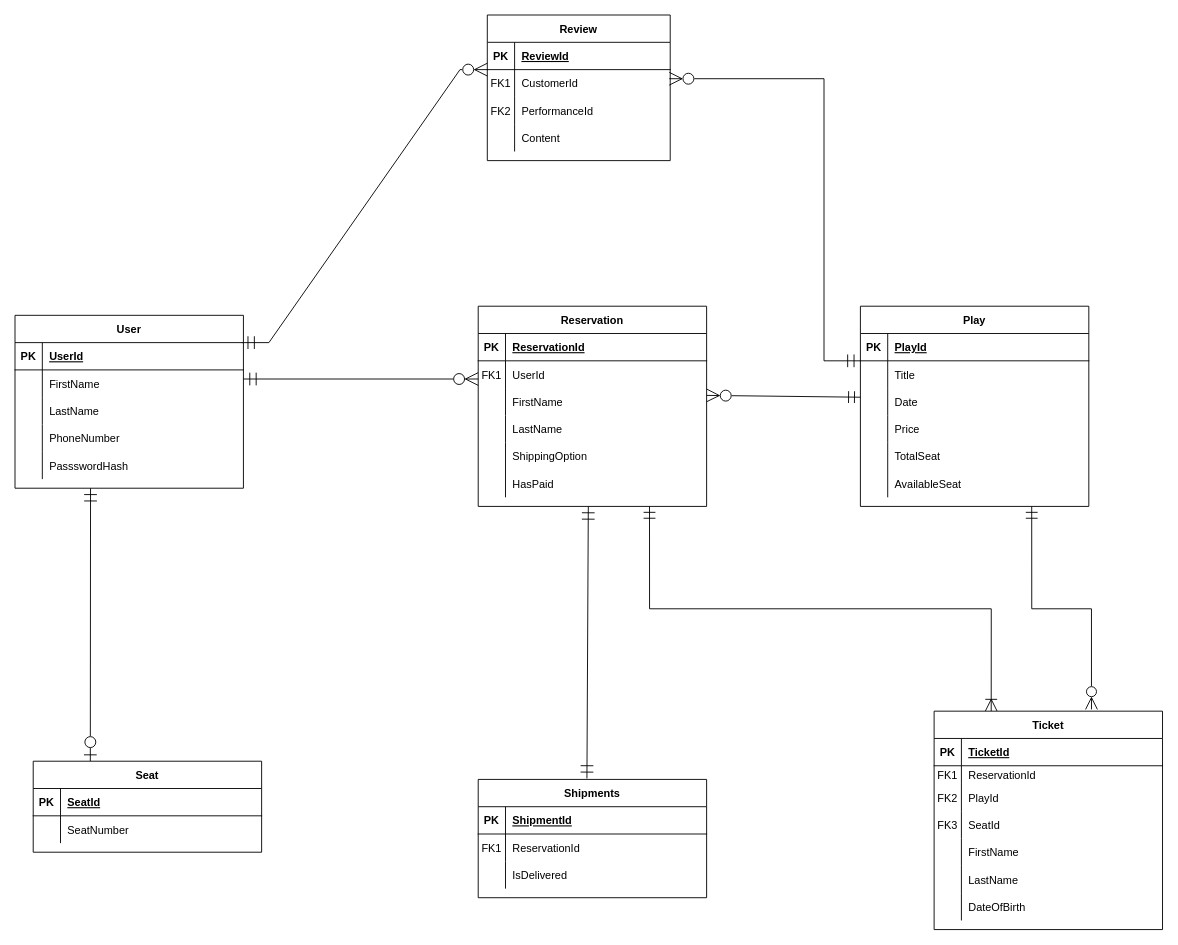
This is Untitled Diagram.drawio from jefsamo/gct-ticketing-system, a draw.io file, before an edit. Source tidied: cells renumbered, new cells numbered last; positions are measured from the earlier drawing's top-left corner, leaving out a move shared by most shapes. Both pictures are drawn from the tidied source at 91%, with x=0, y=0 at pixel (15, 15).
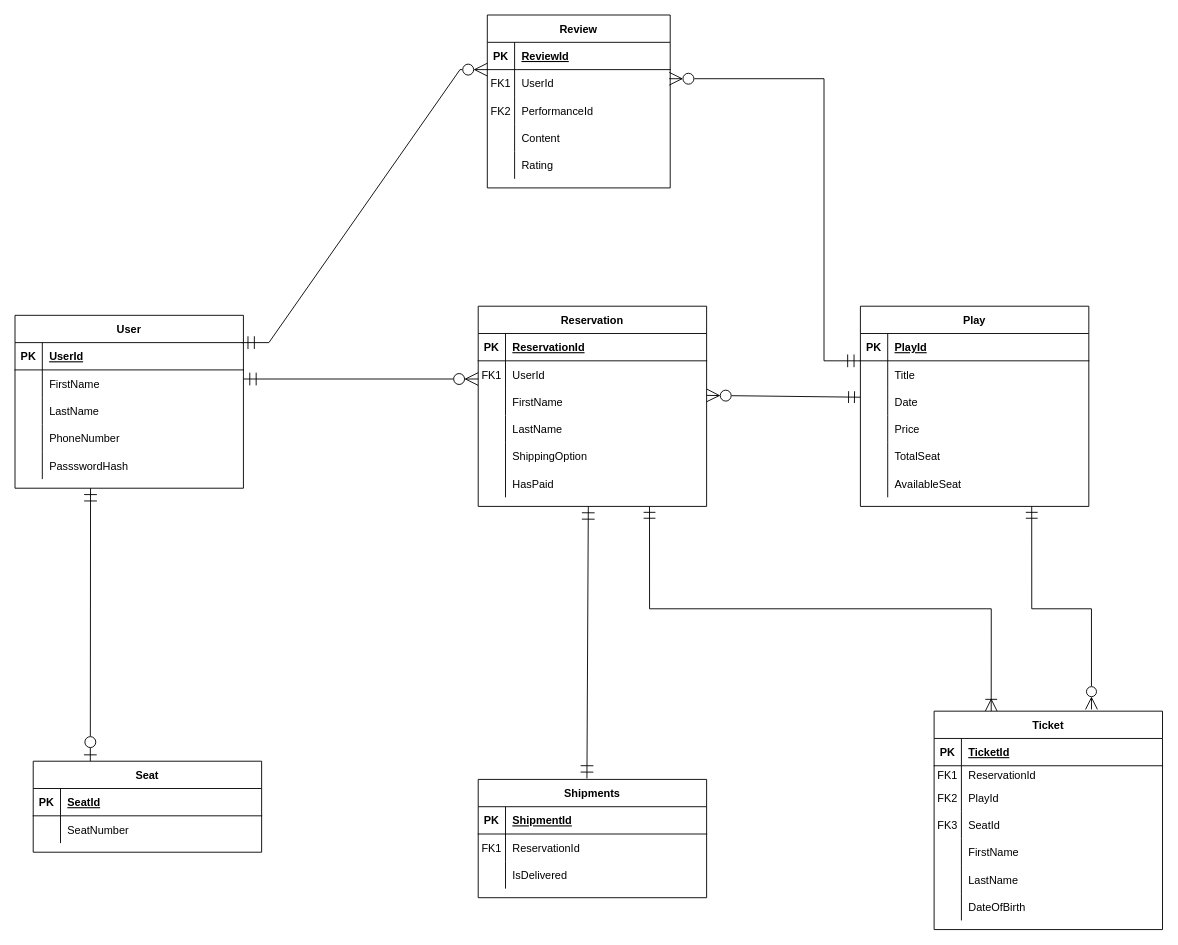
Above is the later version.

Commit message:
update review entity

Unchanged cells that the change refers to:
```xml
<mxCell id="62" style="shape=partialRectangle;fillColor=none;top=0;left=0;right=0;bottom=0;" parent="58" vertex="1">
  <mxGeometry y="60" width="201" height="30" as="geometry" />
</mxCell>
```

The edit, as a diff of the source:
```diff
@@
     <mxCell id="58" value="Review" style="shape=table;startSize=30;childLayout=tableLayout;rowLines=0;fontStyle=1;align=center;" parent="1" vertex="1">
-      <mxGeometry x="519" width="201" height="160" as="geometry" />
+      <mxGeometry x="519" width="201" height="190" as="geometry" />
     </mxCell>
@@
-    <mxCell id="64" value="CustomerId" style="shape=partialRectangle;overflow=hidden;fillColor=none;top=0;left=0;bottom=0;right=0;align=left;spacingLeft=6;" parent="62" vertex="1">
+    <mxCell id="64" value="UserId" style="shape=partialRectangle;overflow=hidden;fillColor=none;top=0;left=0;bottom=0;right=0;align=left;spacingLeft=6;" parent="62" vertex="1">
       <mxGeometry x="30" width="171" height="30" as="geometry" />
     </mxCell>
@@
+    <mxCell id="118" style="shape=partialRectangle;fillColor=none;top=0;left=0;right=0;bottom=0;" parent="58" vertex="1">
+      <mxGeometry y="150" width="201" height="30" as="geometry" />
+    </mxCell>
+    <mxCell id="119" style="shape=partialRectangle;overflow=hidden;fillColor=none;top=0;left=0;bottom=0;right=0;" parent="118" vertex="1">
+      <mxGeometry width="30" height="30" as="geometry" />
+    </mxCell>
+    <mxCell id="120" value="Rating" style="shape=partialRectangle;overflow=hidden;fillColor=none;top=0;left=0;bottom=0;right=0;align=left;spacingLeft=6;" parent="118" vertex="1">
+      <mxGeometry x="30" width="171" height="30" as="geometry" />
+    </mxCell>
```
